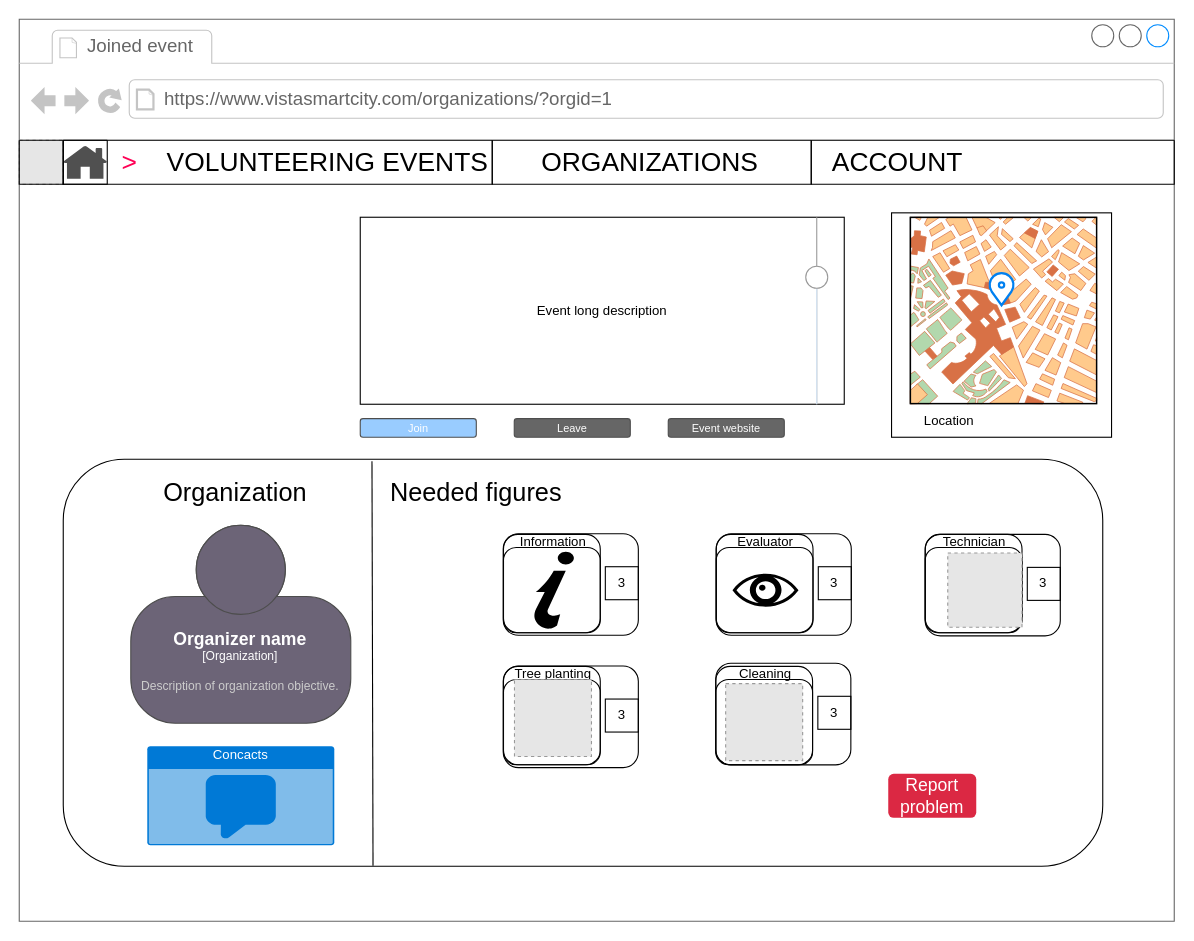
The draw.io diagram project/usermockup.drawio in josura/HCI, before the edit. Source tidied: cells renumbered, new cells numbered last; positions are measured from the earlier drawing's top-left corner, leaving out a move shared by most shapes. Both pictures are drawn from the tidied source at 110%, with x=0, y=0 at pixel (19, 19). Pictures stored in the file or linked from it are replaced by grey dashed boxes.
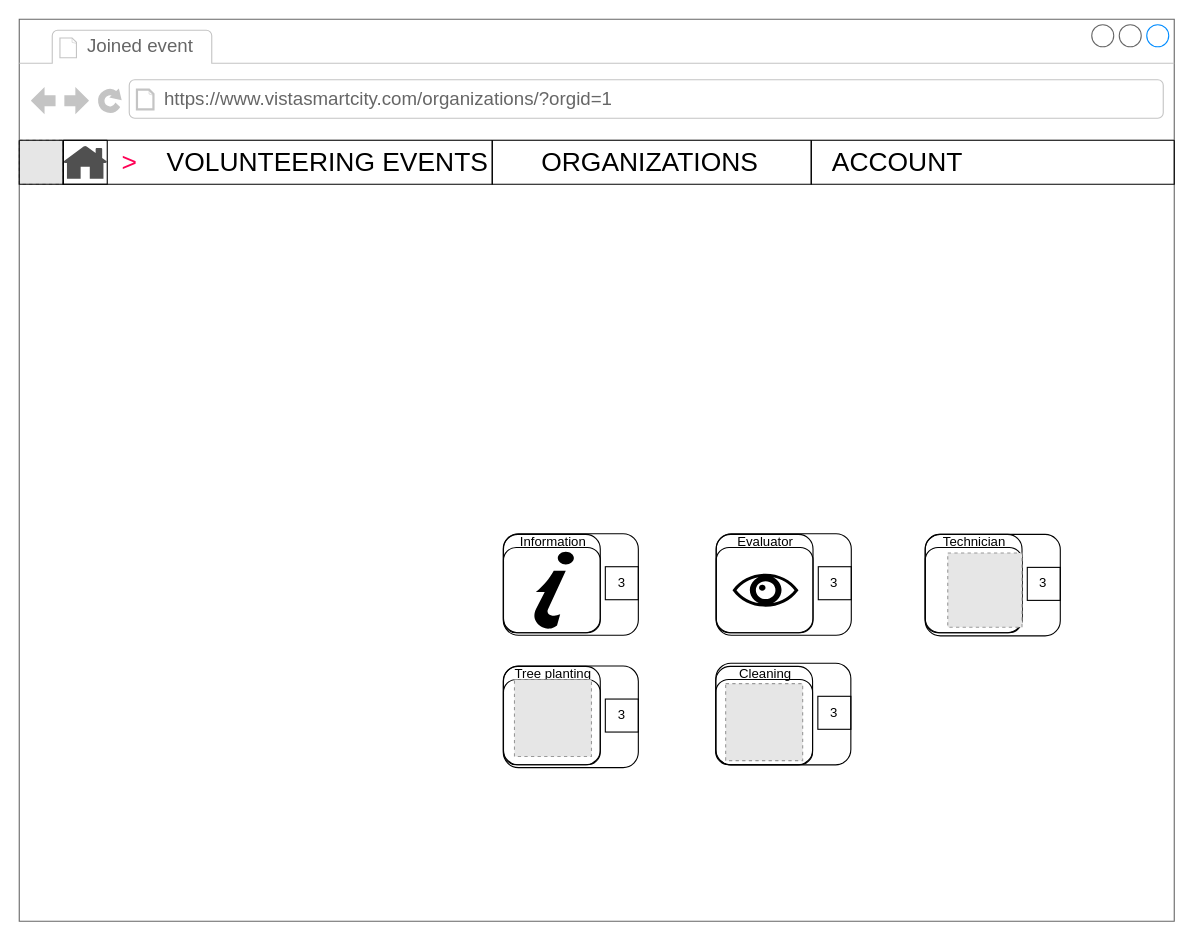
The same diagram, later.

Unchanged cells that the change refers to:
```xml
<mxCell id="2" style="strokeWidth=1;shadow=0;dashed=0;align=center;html=1;shape=mxgraph.mockup.containers.browserWindow;rSize=0;strokeColor=#666666;mainText=,;rounded=0;labelBackgroundColor=none;fontFamily=Verdana;fontSize=12;" parent="1" vertex="1">
  <mxGeometry width="1050" height="820" as="geometry" />
</mxCell>
```

Diff of the diagram source:
```diff
@@
-    <mxCell id="5" style="rounded=1;whiteSpace=wrap;html=1;" parent="2" vertex="1">
-      <mxGeometry x="40" y="400" width="945" height="370" as="geometry" />
-    </mxCell>
-    <mxCell id="6" value="Event long description" style="rounded=0;whiteSpace=wrap;html=1;" parent="2" vertex="1">
-      <mxGeometry x="310" y="180" width="440" height="170" as="geometry" />
-    </mxCell>
-    <mxCell id="7" style="verticalLabelPosition=bottom;shadow=0;dashed=0;align=center;html=1;verticalAlign=top;strokeWidth=1;shape=mxgraph.mockup.forms.horSlider;strokeColor=#999999;sliderStyle=basic;sliderPos=69.032;handleStyle=circle;fillColor2=#ddeeff;direction=north;" parent="2" vertex="1">
-      <mxGeometry x="710" y="180" width="30" height="170" as="geometry" />
-    </mxCell>
-    <object id="8" label="&lt;font style=&quot;font-size: 16px&quot;&gt;&lt;b&gt;%c4Name%&lt;/b&gt;&lt;/font&gt;&lt;div&gt;[%c4Type%]&lt;/div&gt;&lt;br&gt;&lt;div&gt;&lt;font style=&quot;font-size: 11px&quot;&gt;&lt;font color=&quot;#cccccc&quot;&gt;%c4Description%&lt;/font&gt;&lt;/div&gt;" c4Description="Description of organization objective." c4Name="Organizer name" c4Type="Organization" placeholders="1">
-      <mxCell style="html=1;fontSize=11;dashed=0;whiteSpace=wrap;fillColor=#6C6477;strokeColor=#4D4D4D;fontColor=#ffffff;shape=mxgraph.c4.person2;align=center;" parent="2" vertex="1">
-        <mxGeometry x="101.4" y="460" width="200" height="180" as="geometry" />
-      </mxCell>
-    </object>
-    <mxCell id="9" style="rounded=0;whiteSpace=wrap;html=1;" parent="2" vertex="1">
-      <mxGeometry x="793" y="176" width="200" height="204" as="geometry" />
-    </mxCell>
-    <mxCell id="10" style="verticalLabelPosition=bottom;shadow=0;dashed=0;align=center;html=1;verticalAlign=top;strokeWidth=1;shape=mxgraph.mockup.misc.map;" parent="2" vertex="1">
-      <mxGeometry x="810" y="180" width="170" height="170" as="geometry" />
-    </mxCell>
-    <mxCell id="11" value="Location" style="text;html=1;align=center;verticalAlign=middle;strokeColor=none;fillColor=none;" parent="2" vertex="1">
-      <mxGeometry x="810" y="350" width="70" height="30" as="geometry" />
-    </mxCell>
-    <mxCell id="12" style="html=1;verticalLabelPosition=bottom;align=center;labelBackgroundColor=#ffffff;verticalAlign=top;strokeWidth=2;strokeColor=#0080F0;shadow=0;dashed=0;shape=mxgraph.ios7.icons.location;" parent="2" vertex="1">
-      <mxGeometry x="881" y="230" width="24" height="30" as="geometry" />
-    </mxCell>
-    <mxCell id="13" value="&lt;font style=&quot;font-size: 23px;&quot;&gt;Organization&lt;/font&gt;" style="text;html=1;align=center;verticalAlign=middle;strokeColor=none;fillColor=none;" parent="2" vertex="1">
-      <mxGeometry x="121.4" y="410" width="150" height="40" as="geometry" />
-    </mxCell>
-    <mxCell id="14" value="Leave" style="rounded=1;html=1;shadow=0;dashed=0;whiteSpace=wrap;fontSize=10;fillColor=#666666;align=center;strokeColor=#4D4D4D;fontColor=#ffffff;" parent="2" vertex="1">
-      <mxGeometry x="450" y="363.1" width="105.5" height="16.9" as="geometry" />
-    </mxCell>
-    <mxCell id="15" value="Event website" style="rounded=1;html=1;shadow=0;dashed=0;whiteSpace=wrap;fontSize=10;fillColor=#666666;align=center;strokeColor=#4D4D4D;fontColor=#ffffff;" parent="2" vertex="1">
-      <mxGeometry x="590" y="363.1" width="105.5" height="16.9" as="geometry" />
-    </mxCell>
-    <mxCell id="16" value="Concacts" style="html=1;strokeColor=none;fillColor=#0079D6;labelPosition=center;verticalLabelPosition=middle;verticalAlign=top;align=center;fontSize=12;spacingTop=-6;fontColor=#FFFFFF;sketch=0;shape=mxgraph.sitemap.chat;" parent="2" vertex="1">
-      <mxGeometry x="116.4" y="661" width="170" height="90" as="geometry" />
-    </mxCell>
-    <mxCell id="17" value="Report problem" style="html=1;shadow=0;dashed=0;shape=mxgraph.bootstrap.rrect;rSize=5;strokeColor=none;strokeWidth=1;fillColor=#DB2843;fontColor=#FFFFFF;whiteSpace=wrap;align=center;verticalAlign=middle;spacingLeft=0;fontStyle=0;fontSize=16;spacing=5;" parent="2" vertex="1">
-      <mxGeometry x="790" y="686" width="80" height="40" as="geometry" />
-    </mxCell>
-    <mxCell id="18" style="endArrow=none;html=1;rounded=0;exitX=0.298;exitY=0.999;exitDx=0;exitDy=0;exitPerimeter=0;entryX=0.297;entryY=0.005;entryDx=0;entryDy=0;entryPerimeter=0;" parent="2" edge="1" source="5" target="5">
-      <mxGeometry relative="1" as="geometry" />
-    </mxCell>
-    <mxCell id="19" value="&lt;font style=&quot;font-size: 23px;&quot;&gt;Needed figures&lt;/font&gt;" style="text;html=1;align=center;verticalAlign=middle;strokeColor=none;fillColor=none;" parent="2" vertex="1">
-      <mxGeometry x="325" y="410" width="180" height="40" as="geometry" />
-    </mxCell>
-    <mxCell id="20" value="Join" style="rounded=1;html=1;shadow=0;dashed=0;whiteSpace=wrap;fontSize=10;fillColor=#99CCFF;align=center;strokeColor=#4D4D4D;fontColor=#ffffff;" parent="2" vertex="1">
-      <mxGeometry x="310" y="363.1" width="105.5" height="16.9" as="geometry" />
-    </mxCell>
```
